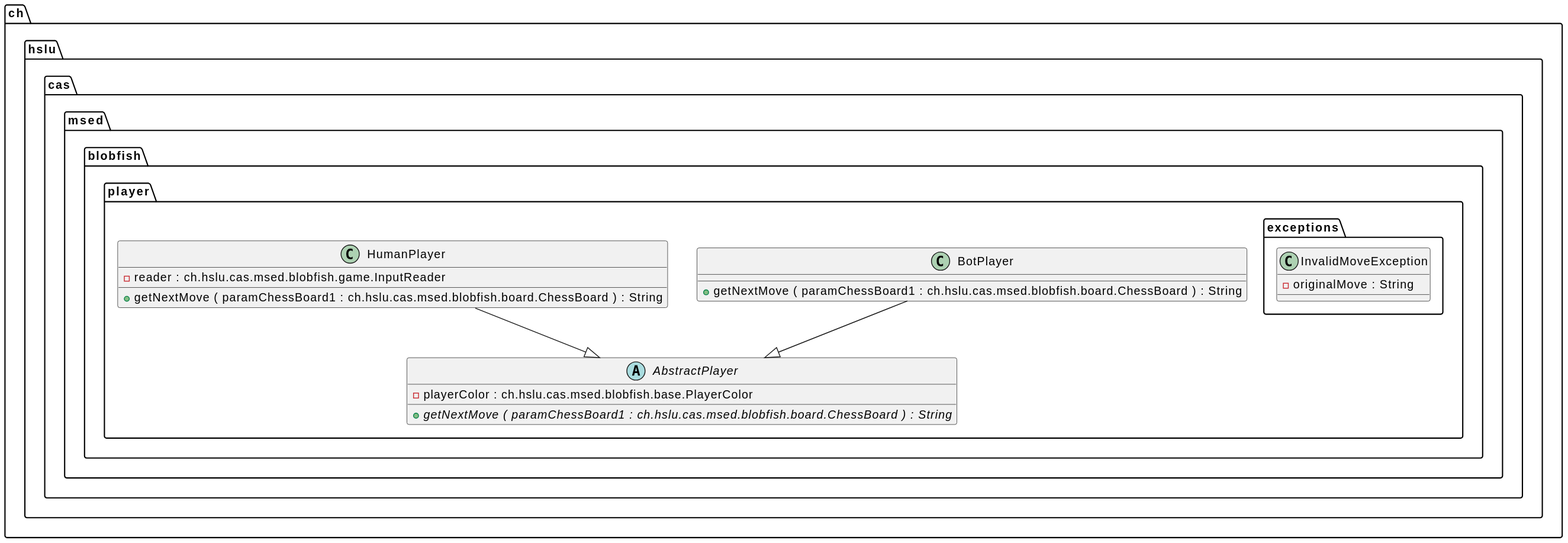
This is docs/generated-diagrams/player.svg from l2c0r3/blobfish, a PlantUML export, as it was before one commit.
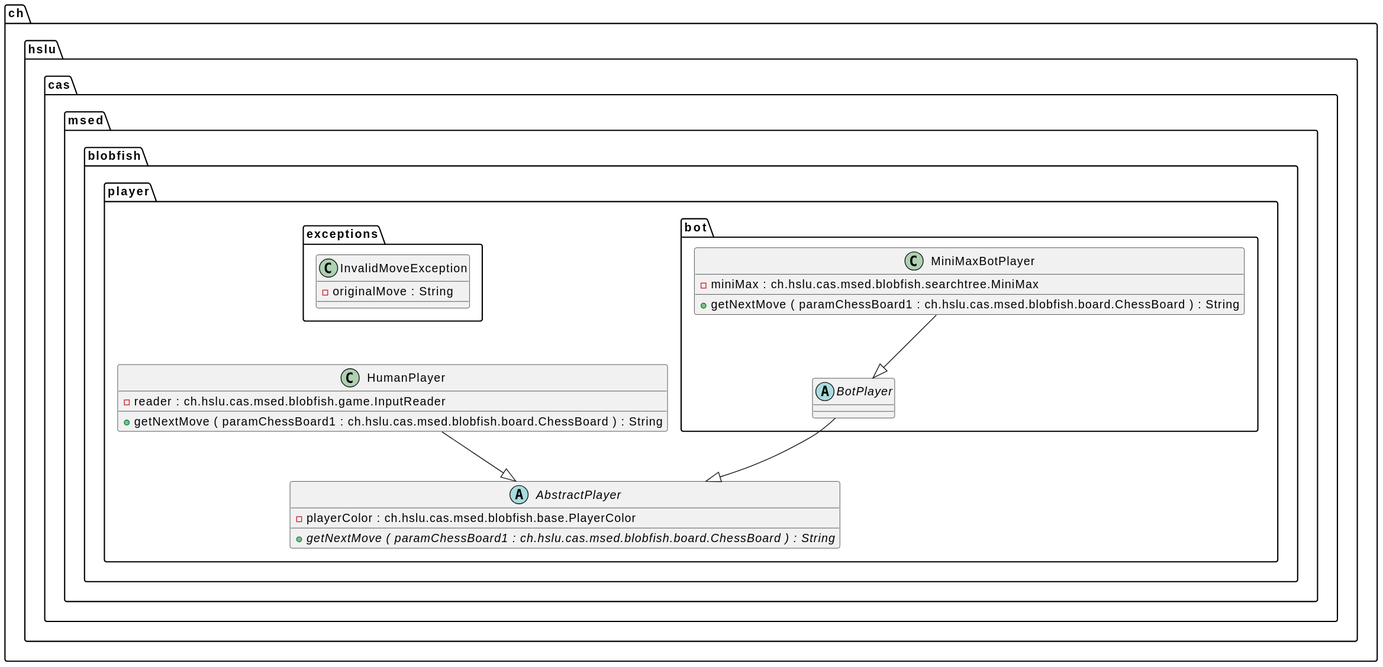
The same diagram one commit later.

Commit message:
update generated UML diagrams

The edit, as a diff of the source:
```diff
@@ -5,13 +5,18 @@
 }
 
 
-class ch.hslu.cas.msed.blobfish.player.BotPlayer {
+class ch.hslu.cas.msed.blobfish.player.HumanPlayer {
+	{field} -reader : ch.hslu.cas.msed.blobfish.game.InputReader
 	{method} +getNextMove ( paramChessBoard1 : ch.hslu.cas.msed.blobfish.board.ChessBoard ) : String
 }
 
 
-class ch.hslu.cas.msed.blobfish.player.HumanPlayer {
-	{field} -reader : ch.hslu.cas.msed.blobfish.game.InputReader
+abstract class ch.hslu.cas.msed.blobfish.player.bot.BotPlayer {
+}
+
+
+class ch.hslu.cas.msed.blobfish.player.bot.MiniMaxBotPlayer {
+	{field} -miniMax : ch.hslu.cas.msed.blobfish.searchtree.MiniMax
 	{method} +getNextMove ( paramChessBoard1 : ch.hslu.cas.msed.blobfish.board.ChessBoard ) : String
 }
 
@@ -23,6 +28,7 @@
 
 
 
-ch.hslu.cas.msed.blobfish.player.BotPlayer --|>  ch.hslu.cas.msed.blobfish.player.AbstractPlayer
 ch.hslu.cas.msed.blobfish.player.HumanPlayer --|>  ch.hslu.cas.msed.blobfish.player.AbstractPlayer
+ch.hslu.cas.msed.blobfish.player.bot.BotPlayer --|>  ch.hslu.cas.msed.blobfish.player.AbstractPlayer
+ch.hslu.cas.msed.blobfish.player.bot.MiniMaxBotPlayer --|>  ch.hslu.cas.msed.blobfish.player.bot.BotPlayer
 @enduml
```
